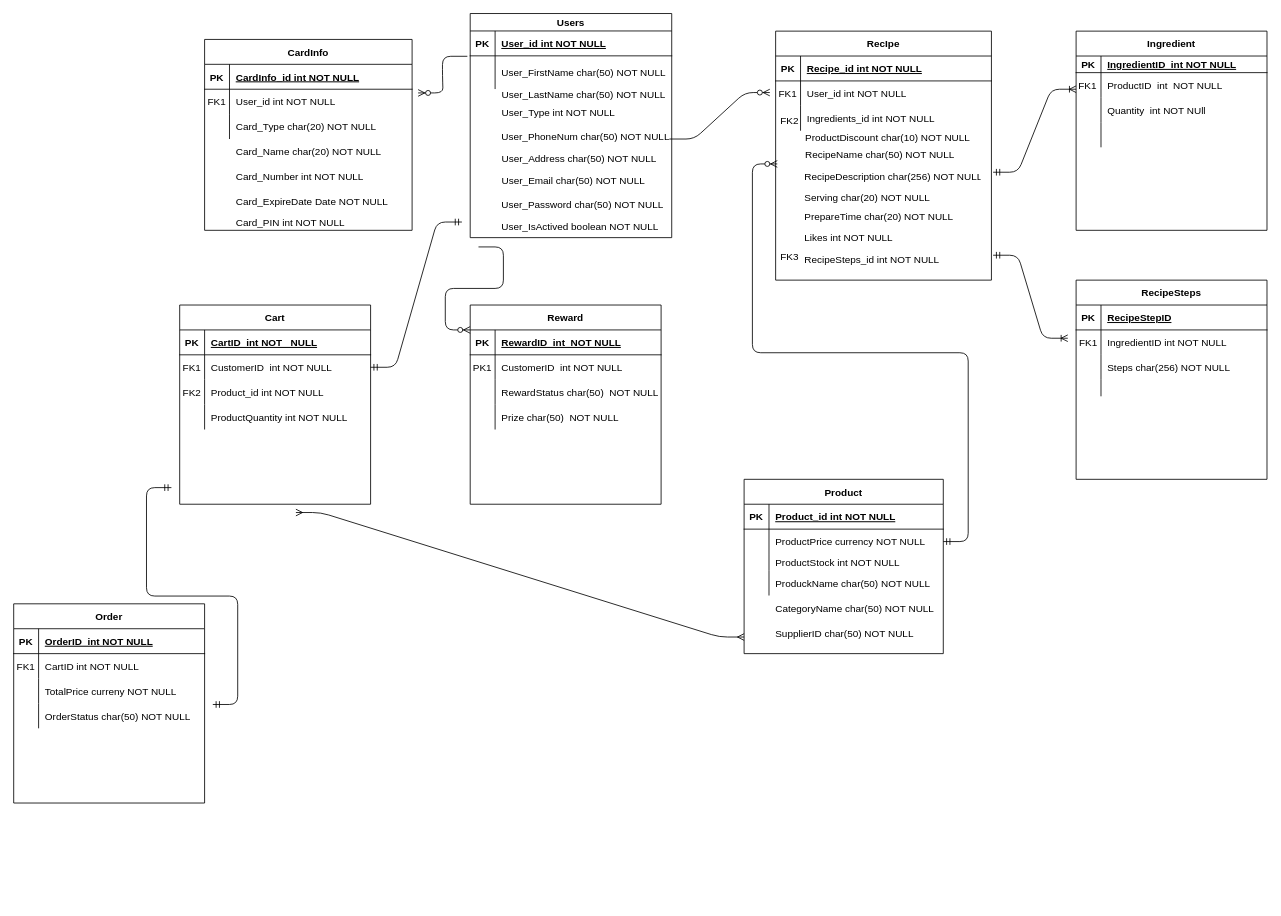
This is page "Page-1" (1 of 2) of ERD.drawio from Wavergg/721SoftwareEngineering, a draw.io file, before an edit. Source tidied: cells renumbered, new cells numbered last; positions are measured from the earlier drawing's top-left corner, leaving out a move shared by most shapes. Both pictures are drawn from the tidied source at 83%, with x=0, y=0 at pixel (13, 13).
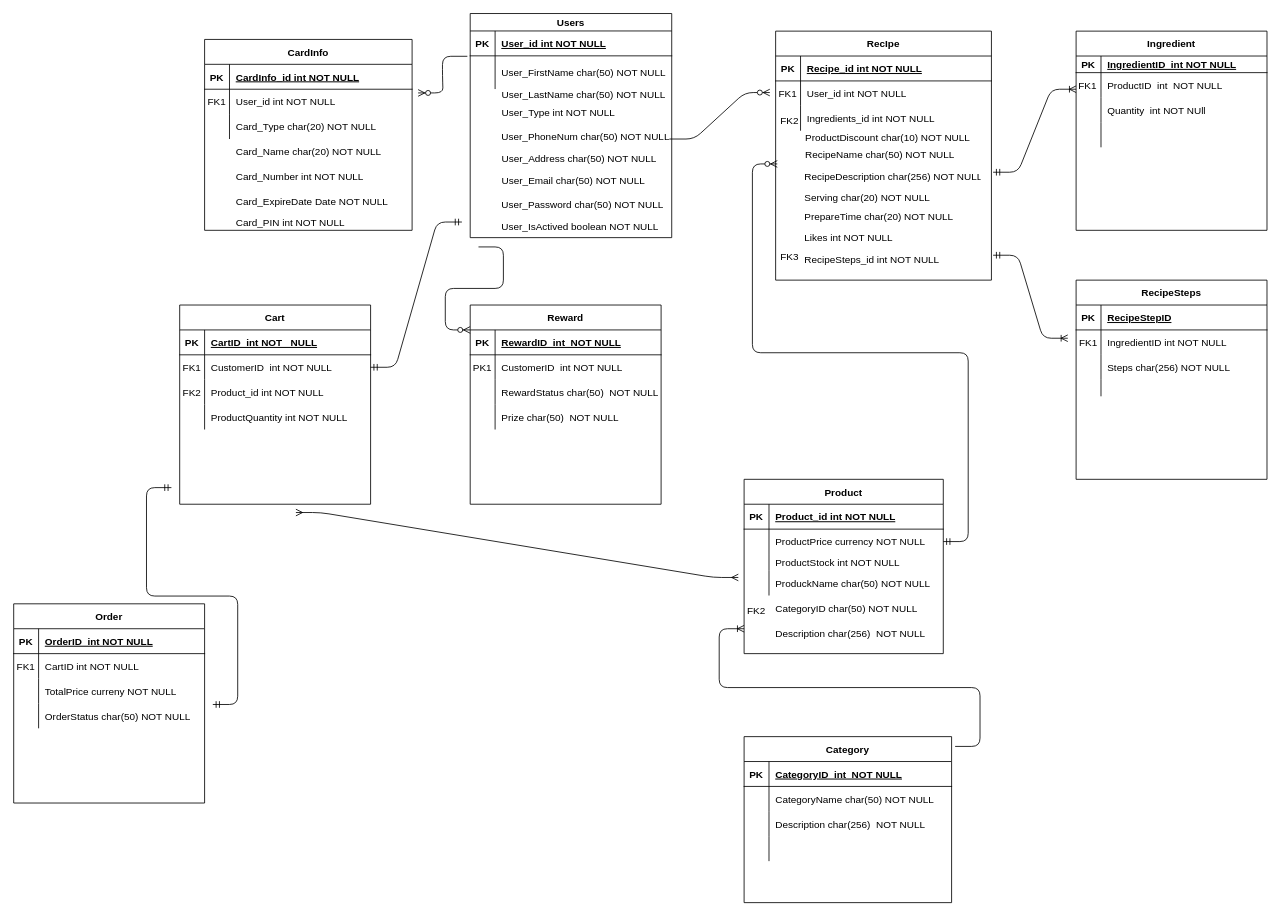
After the change.

The change refers to these unchanged cells:
```xml
<mxCell id="19" style="group;" parent="1" vertex="1">
  <mxGeometry x="880" y="561" width="240" height="210" as="geometry" />
</mxCell>
<mxCell id="30" style="shape=partialRectangle;fillColor=none;top=0;left=0;bottom=0;right=0;points=[[0,0.5],[1,0.5]];portConstraint=eastwest;" parent="20" vertex="1">
  <mxGeometry y="110" width="240" height="30" as="geometry" />
</mxCell>
```

Change to the diagram source:
```diff
@@
-    <mxCell id="33" value="CategoryName char(50) NOT NULL" style="shape=partialRectangle;fillColor=none;top=0;left=0;bottom=0;right=0;align=left;spacingLeft=6;overflow=hidden;" parent="19" vertex="1">
+    <mxCell id="33" value="CategoryID char(50) NOT NULL" style="shape=partialRectangle;fillColor=none;top=0;left=0;bottom=0;right=0;align=left;spacingLeft=6;overflow=hidden;" parent="19" vertex="1">
       <mxGeometry x="30" y="140" width="210" height="30" as="geometry" />
     </mxCell>
-    <mxCell id="34" value="SupplierID char(50) NOT NULL" style="shape=partialRectangle;fillColor=none;top=0;left=0;bottom=0;right=0;align=left;spacingLeft=6;overflow=hidden;" parent="19" vertex="1">
+    <mxCell id="34" value="Description char(256)  NOT NULL" style="shape=partialRectangle;fillColor=none;top=0;left=0;bottom=0;right=0;align=left;spacingLeft=6;overflow=hidden;" parent="19" vertex="1">
       <mxGeometry x="30" y="170" width="210" height="30" as="geometry" />
     </mxCell>
+    <mxCell id="146" style="shape=partialRectangle;overflow=hidden;fillColor=none;top=0;left=0;bottom=0;right=0;" parent="19" vertex="1">
+      <mxGeometry y="170" width="30" height="34.6" as="geometry" />
+    </mxCell>
+    <mxCell id="147" value="FK2" style="shape=partialRectangle;overflow=hidden;fillColor=none;top=0;left=0;bottom=0;right=0;" parent="19" vertex="1">
+      <mxGeometry y="140" width="30" height="34.6" as="geometry" />
+    </mxCell>
+    <mxCell id="148" style="edgeStyle=entityRelationEdgeStyle;fontSize=12;html=1;endArrow=ERoneToMany;exitX=1.017;exitY=0.059;exitDx=0;exitDy=0;exitPerimeter=0;" parent="19" edge="1" source="149">
+      <mxGeometry relative="1" as="geometry">
+        <mxPoint y="180" as="targetPoint" />
+      </mxGeometry>
+    </mxCell>
@@
-    <mxCell id="111" style="edgeStyle=entityRelationEdgeStyle;fontSize=12;html=1;endArrow=ERmany;startArrow=ERmany;" parent="1" edge="1">
+    <mxCell id="111" style="edgeStyle=entityRelationEdgeStyle;fontSize=12;html=1;endArrow=ERmany;startArrow=ERmany;entryX=-0.029;entryY=0.275;entryDx=0;entryDy=0;entryPerimeter=0;" parent="1" edge="1" target="30">
       <mxGeometry relative="1" as="geometry">
         <mxPoint x="340" y="601" as="sourcePoint" />
-        <mxPoint x="880" y="751" as="targetPoint" />
       </mxGeometry>
     </mxCell>
@@
+    <mxCell id="149" value="Category" style="shape=table;startSize=30;childLayout=tableLayout;rowLines=0;fontStyle=1;align=center;" parent="1" vertex="1">
+      <mxGeometry x="880" y="871" width="250" height="200" as="geometry" />
+    </mxCell>
+    <mxCell id="150" style="shape=partialRectangle;fillColor=none;top=0;left=0;bottom=1;right=0;" parent="149" vertex="1">
+      <mxGeometry y="30" width="250" height="30" as="geometry" />
+    </mxCell>
+    <mxCell id="151" value="PK" style="shape=partialRectangle;fillColor=none;top=0;left=0;bottom=0;right=0;fontStyle=1;overflow=hidden;" parent="150" vertex="1">
+      <mxGeometry width="30" height="30" as="geometry" />
+    </mxCell>
+    <mxCell id="152" value="CategoryID  int  NOT NULL" style="shape=partialRectangle;fillColor=none;top=0;left=0;bottom=0;right=0;align=left;spacingLeft=6;fontStyle=5;overflow=hidden;" parent="150" vertex="1">
+      <mxGeometry x="30" width="220" height="30" as="geometry" />
+    </mxCell>
+    <mxCell id="153" style="shape=partialRectangle;fillColor=none;top=0;left=0;bottom=0;right=0;" parent="149" vertex="1">
+      <mxGeometry y="60" width="250" height="30" as="geometry" />
+    </mxCell>
+    <mxCell id="154" style="shape=partialRectangle;fillColor=none;top=0;left=0;bottom=0;right=0;overflow=hidden;" parent="153" vertex="1">
+      <mxGeometry width="30" height="30" as="geometry" />
+    </mxCell>
+    <mxCell id="155" value="CategoryName char(50) NOT NULL" style="shape=partialRectangle;fillColor=none;top=0;left=0;bottom=0;right=0;align=left;spacingLeft=6;overflow=hidden;" parent="153" vertex="1">
+      <mxGeometry x="30" width="220" height="30" as="geometry" />
+    </mxCell>
+    <mxCell id="156" style="shape=partialRectangle;fillColor=none;top=0;left=0;bottom=0;right=0;" parent="149" vertex="1">
+      <mxGeometry y="90" width="250" height="30" as="geometry" />
+    </mxCell>
+    <mxCell id="157" style="shape=partialRectangle;fillColor=none;top=0;left=0;bottom=0;right=0;overflow=hidden;" parent="156" vertex="1">
+      <mxGeometry width="30" height="30" as="geometry" />
+    </mxCell>
+    <mxCell id="158" value="Description char(256)  NOT NULL" style="shape=partialRectangle;fillColor=none;top=0;left=0;bottom=0;right=0;align=left;spacingLeft=6;overflow=hidden;" parent="156" vertex="1">
+      <mxGeometry x="30" width="220" height="30" as="geometry" />
+    </mxCell>
+    <mxCell id="159" style="shape=partialRectangle;fillColor=none;top=0;left=0;bottom=0;right=0;" parent="149" vertex="1">
+      <mxGeometry y="120" width="250" height="30" as="geometry" />
+    </mxCell>
+    <mxCell id="160" style="shape=partialRectangle;fillColor=none;top=0;left=0;bottom=0;right=0;overflow=hidden;" parent="159" vertex="1">
+      <mxGeometry width="30" height="30" as="geometry" />
+    </mxCell>
+    <mxCell id="161" style="shape=partialRectangle;fillColor=none;top=0;left=0;bottom=0;right=0;align=left;spacingLeft=6;overflow=hidden;" parent="159" vertex="1">
+      <mxGeometry x="30" width="220" height="30" as="geometry" />
+    </mxCell>
```
